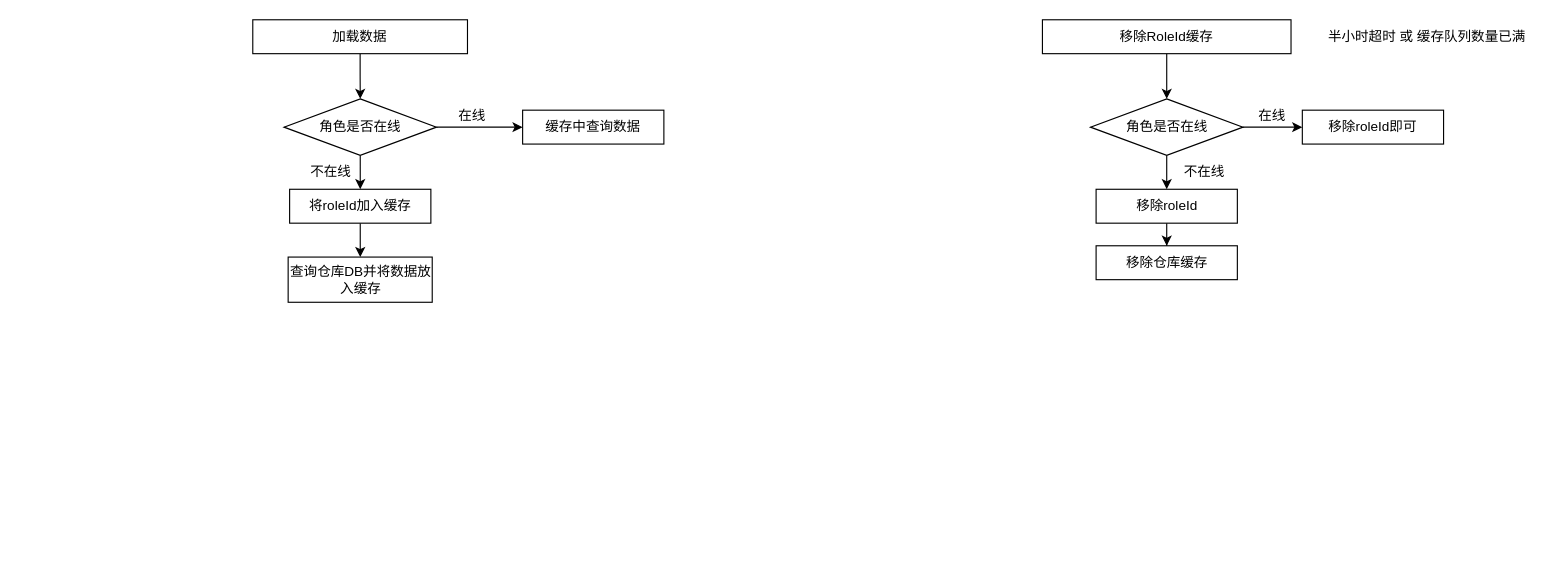
Earlier version of the draw.io diagram SSJJ2/小助手接口.drawio (Ordertiny/graph). Source tidied: cells renumbered, new cells numbered last; positions are measured from the earlier drawing's top-left corner, leaving out a move shared by most shapes. Both pictures are drawn from the tidied source at 113%, with x=0, y=0 at pixel (252, 19).
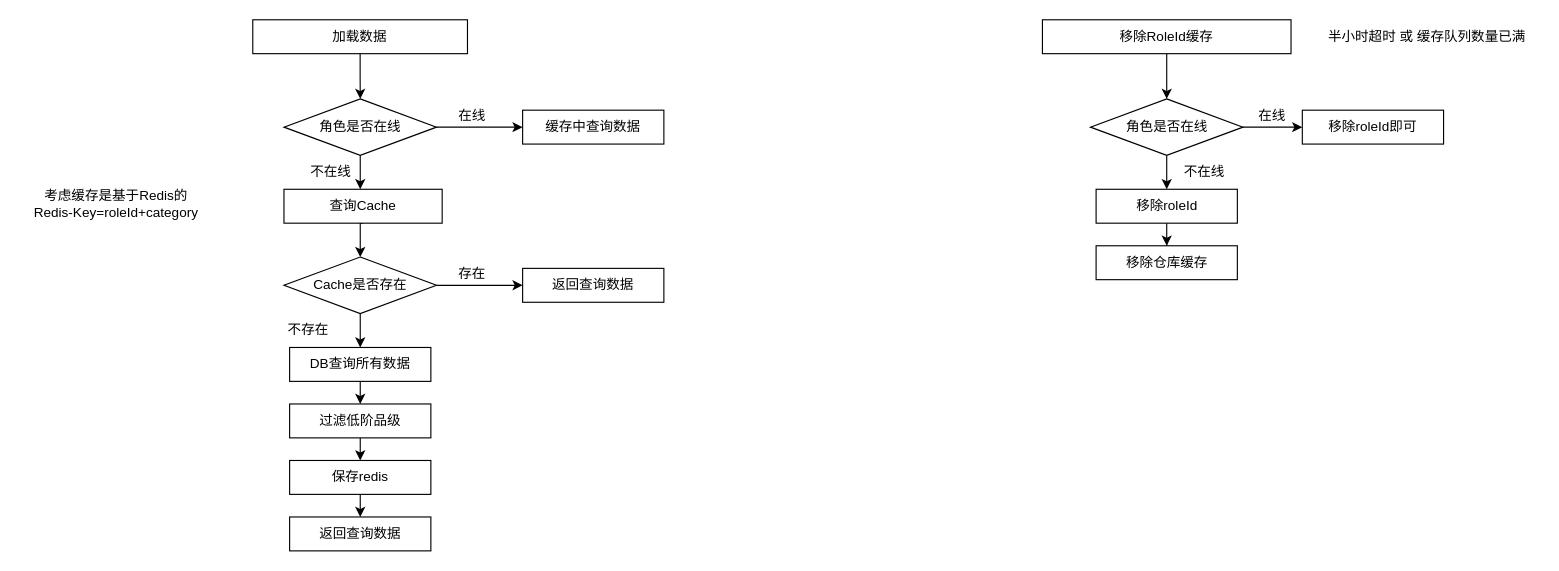
The same page after the edit.

Commit message:
更新小助手接口.drawio

Unchanged cells that the change refers to:
```xml
<mxCell id="6" value="角色是否在线" style="rhombus;whiteSpace=wrap;html=1;" parent="1" vertex="1">
  <mxGeometry x="27.8" y="70" width="135" height="50" as="geometry" />
</mxCell>
```

The edit, as a diff of the source:
```diff
@@
-    <mxCell id="5" style="edgeStyle=orthogonalEdgeStyle;rounded=0;jettySize=auto;html=1;exitX=0.5;exitY=1;exitDx=0;exitDy=0;" parent="1" edge="1" source="6" target="9">
-      <mxGeometry relative="1" as="geometry" />
+    <mxCell id="5" style="edgeStyle=orthogonalEdgeStyle;rounded=0;jettySize=auto;html=1;exitX=0.5;exitY=1;exitDx=0;exitDy=0;" parent="1" edge="1" source="6">
+      <mxGeometry relative="1" as="geometry">
+        <mxPoint x="95.3" y="150" as="targetPoint" />
+      </mxGeometry>
     </mxCell>
@@
-    <mxCell id="8" style="edgeStyle=orthogonalEdgeStyle;rounded=0;jettySize=auto;html=1;exitX=0.5;exitY=1;exitDx=0;exitDy=0;" parent="1" edge="1" source="9" target="10">
-      <mxGeometry relative="1" as="geometry" />
-    </mxCell>
-    <mxCell id="9" value="将roleId加入缓存" style="rounded=0;whiteSpace=wrap;html=1;" parent="1" vertex="1">
-      <mxGeometry x="32.8" y="150" width="125" height="30" as="geometry" />
-    </mxCell>
-    <mxCell id="10" value="查询仓库DB并将数据放入缓存" style="rounded=0;whiteSpace=wrap;html=1;" parent="1" vertex="1">
-      <mxGeometry x="31.5" y="210" width="127.5" height="40" as="geometry" />
-    </mxCell>
@@
+    <mxCell id="25" style="edgeStyle=orthogonalEdgeStyle;rounded=0;jettySize=auto;html=1;exitX=0.5;exitY=1;exitDx=0;exitDy=0;entryX=0.5;entryY=0;entryDx=0;entryDy=0;" parent="1" edge="1" source="26" target="29">
+      <mxGeometry relative="1" as="geometry" />
+    </mxCell>
+    <mxCell id="26" value="查询Cache" style="rounded=0;whiteSpace=wrap;html=1;" parent="1" vertex="1">
+      <mxGeometry x="27.8" y="150" width="140" height="30" as="geometry" />
+    </mxCell>
+    <mxCell id="27" style="edgeStyle=orthogonalEdgeStyle;rounded=0;jettySize=auto;html=1;exitX=0.5;exitY=1;exitDx=0;exitDy=0;" parent="1" edge="1" source="29" target="32">
+      <mxGeometry relative="1" as="geometry" />
+    </mxCell>
+    <mxCell id="28" style="edgeStyle=orthogonalEdgeStyle;rounded=0;jettySize=auto;html=1;exitX=1;exitY=0.5;exitDx=0;exitDy=0;entryX=0;entryY=0.5;entryDx=0;entryDy=0;" parent="1" edge="1" source="29" target="30">
+      <mxGeometry relative="1" as="geometry" />
+    </mxCell>
+    <mxCell id="29" value="Cache是否存在" style="rhombus;whiteSpace=wrap;html=1;" parent="1" vertex="1">
+      <mxGeometry x="27.8" y="210" width="135" height="50" as="geometry" />
+    </mxCell>
+    <mxCell id="30" value="返回查询数据" style="rounded=0;whiteSpace=wrap;html=1;" parent="1" vertex="1">
+      <mxGeometry x="239" y="220" width="125" height="30" as="geometry" />
+    </mxCell>
+    <mxCell id="31" style="edgeStyle=orthogonalEdgeStyle;rounded=0;jettySize=auto;html=1;exitX=0.5;exitY=1;exitDx=0;exitDy=0;entryX=0.5;entryY=0;entryDx=0;entryDy=0;" parent="1" edge="1" source="32" target="34">
+      <mxGeometry relative="1" as="geometry" />
+    </mxCell>
+    <mxCell id="32" value="DB查询所有数据" style="rounded=0;whiteSpace=wrap;html=1;" parent="1" vertex="1">
+      <mxGeometry x="32.8" y="290" width="125" height="30" as="geometry" />
+    </mxCell>
+    <mxCell id="33" style="edgeStyle=orthogonalEdgeStyle;rounded=0;jettySize=auto;html=1;exitX=0.5;exitY=1;exitDx=0;exitDy=0;entryX=0.5;entryY=0;entryDx=0;entryDy=0;" parent="1" edge="1" source="34" target="36">
+      <mxGeometry relative="1" as="geometry" />
+    </mxCell>
+    <mxCell id="34" value="过滤低阶品级" style="rounded=0;whiteSpace=wrap;html=1;" parent="1" vertex="1">
+      <mxGeometry x="32.8" y="340" width="125" height="30" as="geometry" />
+    </mxCell>
+    <mxCell id="35" style="edgeStyle=orthogonalEdgeStyle;rounded=0;jettySize=auto;html=1;exitX=0.5;exitY=1;exitDx=0;exitDy=0;entryX=0.5;entryY=0;entryDx=0;entryDy=0;" parent="1" edge="1" source="36" target="37">
+      <mxGeometry relative="1" as="geometry" />
+    </mxCell>
+    <mxCell id="36" value="保存redis" style="rounded=0;whiteSpace=wrap;html=1;" parent="1" vertex="1">
+      <mxGeometry x="32.8" y="390" width="125" height="30" as="geometry" />
+    </mxCell>
+    <mxCell id="37" value="返回查询数据" style="rounded=0;whiteSpace=wrap;html=1;" parent="1" vertex="1">
+      <mxGeometry x="32.8" y="440" width="125" height="30" as="geometry" />
+    </mxCell>
+    <mxCell id="38" value="存在" style="text;html=1;align=center;verticalAlign=middle;strokeColor=none;fillColor=none;" parent="1" vertex="1">
+      <mxGeometry x="169" y="210" width="50" height="30" as="geometry" />
+    </mxCell>
+    <mxCell id="39" value="不存在" style="text;html=1;align=center;verticalAlign=middle;strokeColor=none;fillColor=none;" parent="1" vertex="1">
+      <mxGeometry x="19" y="260" width="60" height="30" as="geometry" />
+    </mxCell>
+    <mxCell id="40" value="考虑缓存是基于Redis的&lt;br&gt;Redis-Key=roleId+category" style="text;html=1;align=center;verticalAlign=middle;strokeColor=none;fillColor=none;" parent="1" vertex="1">
+      <mxGeometry x="-206" y="143" width="170" height="40" as="geometry" />
+    </mxCell>
```
